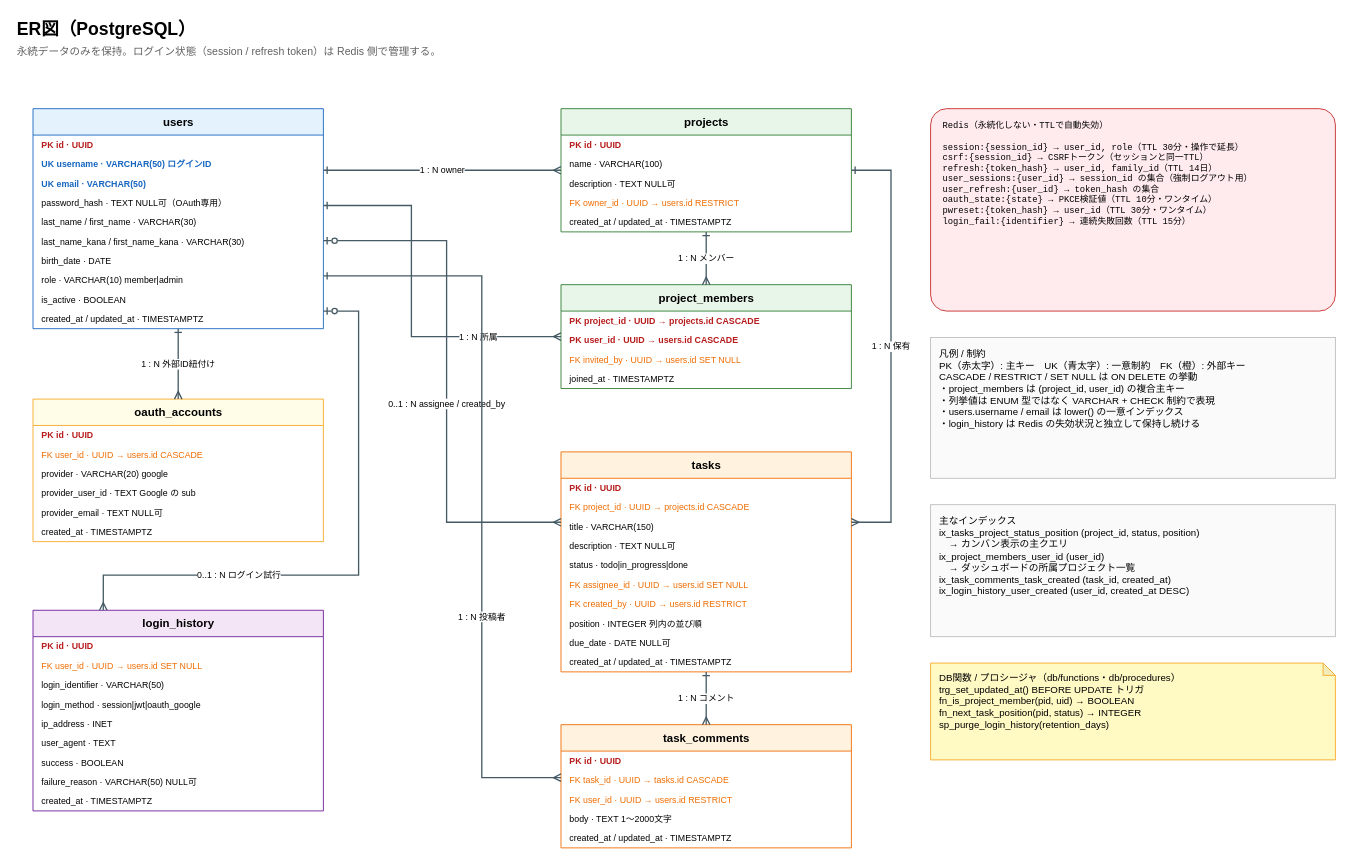
The draw.io diagram basic_design/diagrams/03_er_diagram.drawio in oikawa-d/task_management, before the edit. Source tidied: cells renumbered, new cells numbered last; positions are measured from the earlier drawing's top-left corner, leaving out a move shared by most shapes. Both pictures are drawn from the tidied source at 88%, with x=0, y=0 at pixel (15, 15).
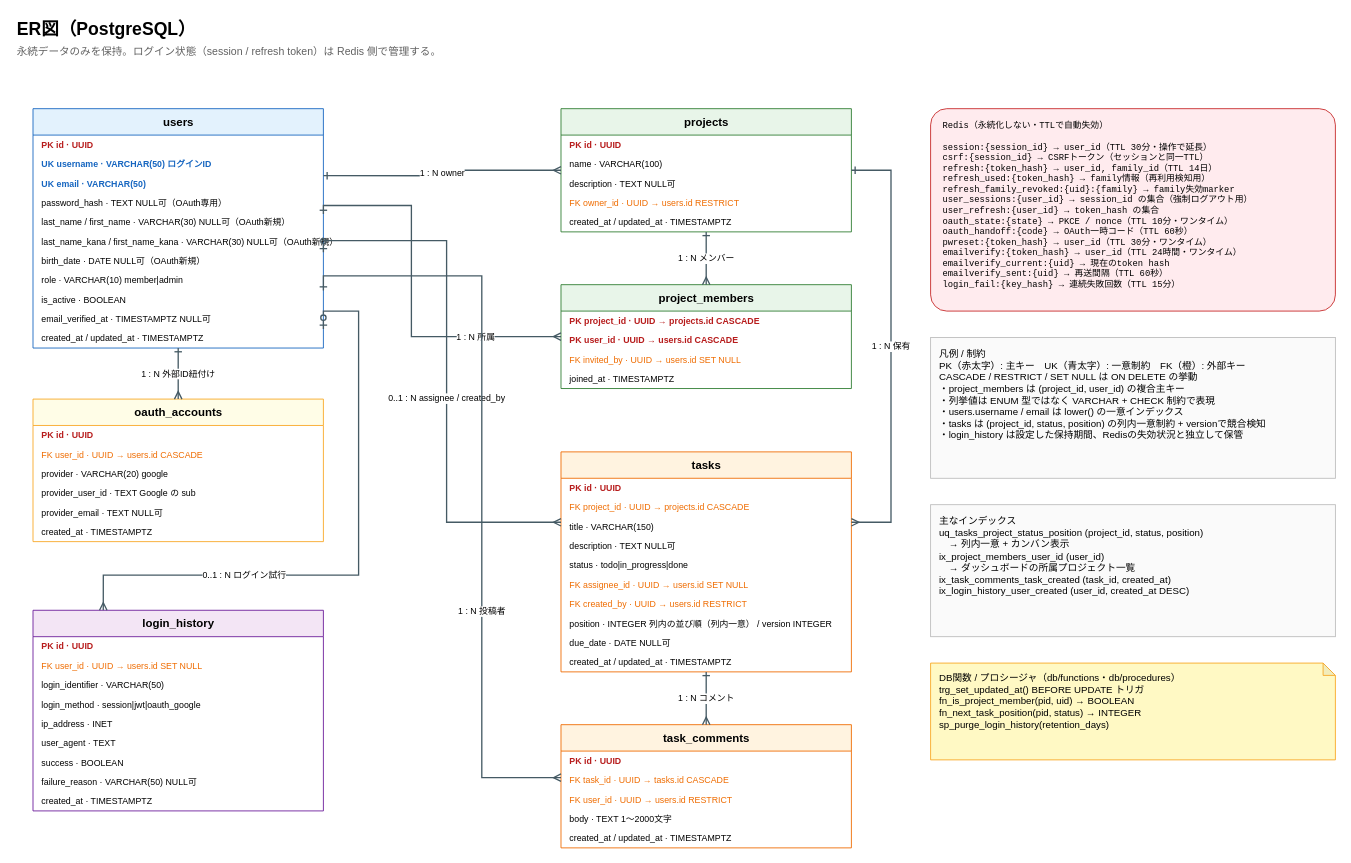
The same diagram, later.

Unchanged cells that the change refers to:
```xml
<mxCell id="43" value="tasks" style="swimlane;html=1;startSize=30;horizontal=1;fillColor=#FFF3E0;strokeColor=#EF6C00;fontStyle=1;fontSize=13;swimlaneFillColor=#FFFFFF;" parent="1" vertex="1">
  <mxGeometry x="620" y="496" width="330" height="250" as="geometry" />
</mxCell>
```

The edit, as a diff of the source:
```diff
@@
     <mxCell id="4" value="users" style="swimlane;html=1;startSize=30;horizontal=1;fillColor=#E3F2FD;strokeColor=#1565C0;fontStyle=1;fontSize=13;swimlaneFillColor=#FFFFFF;" parent="1" vertex="1">
-      <mxGeometry x="20" y="106" width="330" height="250" as="geometry" />
+      <mxGeometry x="20" y="106" width="330" height="272" as="geometry" />
     </mxCell>
@@
-    <mxCell id="9" value="last_name / first_name   ·   VARCHAR(30)" style="text;html=1;strokeColor=none;fillColor=none;align=left;verticalAlign=middle;spacingLeft=8;fontSize=10;" parent="4" vertex="1">
+    <mxCell id="9" value="last_name / first_name   ·   VARCHAR(30)  NULL可（OAuth新規）" style="text;html=1;strokeColor=none;fillColor=none;align=left;verticalAlign=middle;spacingLeft=8;fontSize=10;" parent="4" vertex="1">
       <mxGeometry y="118" width="330" height="22" as="geometry" />
     </mxCell>
-    <mxCell id="10" value="last_name_kana / first_name_kana   ·   VARCHAR(30)" style="text;html=1;strokeColor=none;fillColor=none;align=left;verticalAlign=middle;spacingLeft=8;fontSize=10;" parent="4" vertex="1">
+    <mxCell id="10" value="last_name_kana / first_name_kana   ·   VARCHAR(30)  NULL可（OAuth新規）" style="text;html=1;strokeColor=none;fillColor=none;align=left;verticalAlign=middle;spacingLeft=8;fontSize=10;" parent="4" vertex="1">
       <mxGeometry y="140" width="330" height="22" as="geometry" />
     </mxCell>
-    <mxCell id="11" value="birth_date   ·   DATE" style="text;html=1;strokeColor=none;fillColor=none;align=left;verticalAlign=middle;spacingLeft=8;fontSize=10;" parent="4" vertex="1">
+    <mxCell id="11" value="birth_date   ·   DATE  NULL可（OAuth新規）" style="text;html=1;strokeColor=none;fillColor=none;align=left;verticalAlign=middle;spacingLeft=8;fontSize=10;" parent="4" vertex="1">
       <mxGeometry y="162" width="330" height="22" as="geometry" />
     </mxCell>
@@
-    <mxCell id="14" value="created_at / updated_at   ·   TIMESTAMPTZ" style="text;html=1;strokeColor=none;fillColor=none;align=left;verticalAlign=middle;spacingLeft=8;fontSize=10;" parent="4" vertex="1">
+    <mxCell id="14" value="email_verified_at   ·   TIMESTAMPTZ  NULL可" style="text;html=1;strokeColor=none;fillColor=none;align=left;verticalAlign=middle;spacingLeft=8;fontSize=10;" parent="4" vertex="1">
       <mxGeometry y="228" width="330" height="22" as="geometry" />
     </mxCell>
+    <mxCell id="73" value="created_at / updated_at   ·   TIMESTAMPTZ" style="text;html=1;strokeColor=none;fillColor=none;align=left;verticalAlign=middle;spacingLeft=8;fontSize=10;" parent="4" vertex="1">
+      <mxGeometry y="250" width="330" height="22" as="geometry" />
+    </mxCell>
@@
-    <mxCell id="51" value="position   ·   INTEGER  列内の並び順" style="text;html=1;strokeColor=none;fillColor=none;align=left;verticalAlign=middle;spacingLeft=8;fontSize=10;" parent="43" vertex="1">
+    <mxCell id="51" value="position   ·   INTEGER  列内の並び順（列内一意） / version INTEGER" style="text;html=1;strokeColor=none;fillColor=none;align=left;verticalAlign=middle;spacingLeft=8;fontSize=10;" parent="43" vertex="1">
       <mxGeometry y="184" width="330" height="22" as="geometry" />
     </mxCell>
@@
-    <mxCell id="69" value="Redis（永続化しない・TTLで自動失効）&lt;br&gt;&lt;br&gt;session:{session_id}        → user_id, role（TTL 30分・操作で延長）&lt;br&gt;csrf:{session_id}           → CSRFトークン（セッションと同一TTL）&lt;br&gt;refresh:{token_hash}        → user_id, family_id（TTL 14日）&lt;br&gt;user_sessions:{user_id}     → session_id の集合（強制ログアウト用）&lt;br&gt;user_refresh:{user_id}      → token_hash の集合&lt;br&gt;oauth_state:{state}         → PKCE検証値（TTL 10分・ワンタイム）&lt;br&gt;pwreset:{token_hash}        → user_id（TTL 30分・ワンタイム）&lt;br&gt;login_fail:{identifier}     → 連続失敗回数（TTL 15分）" style="rounded=1;arcSize=8;whiteSpace=wrap;html=1;fillColor=#FFEBEE;strokeColor=#C62828;align=center;verticalAlign=middle;fontFamily=Helvetica;fontSize=12;align=left;verticalAlign=top;spacingLeft=12;spacingTop=8;fontSize=10;fontFamily=Courier New;" parent="1" vertex="1">
+    <mxCell id="69" value="Redis（永続化しない・TTLで自動失効）&lt;br&gt;&lt;br&gt;session:{session_id}        → user_id（TTL 30分・操作で延長）&lt;br&gt;csrf:{session_id}           → CSRFトークン（セッションと同一TTL）&lt;br&gt;refresh:{token_hash}        → user_id, family_id（TTL 14日）&lt;br&gt;refresh_used:{token_hash}  → family情報（再利用検知用）&lt;br&gt;refresh_family_revoked:{uid}:{family} → family失効marker&lt;br&gt;user_sessions:{user_id}     → session_id の集合（強制ログアウト用）&lt;br&gt;user_refresh:{user_id}      → token_hash の集合&lt;br&gt;oauth_state:{state}         → PKCE / nonce（TTL 10分・ワンタイム）&lt;br&gt;oauth_handoff:{code}        → OAuth一時コード（TTL 60秒）&lt;br&gt;pwreset:{token_hash}        → user_id（TTL 30分・ワンタイム）&lt;br&gt;emailverify:{token_hash}    → user_id（TTL 24時間・ワンタイム）&lt;br&gt;emailverify_current:{uid}  → 現在のtoken hash&lt;br&gt;emailverify_sent:{uid}     → 再送間隔（TTL 60秒）&lt;br&gt;login_fail:{key_hash}       → 連続失敗回数（TTL 15分）" style="rounded=1;arcSize=8;whiteSpace=wrap;html=1;fillColor=#FFEBEE;strokeColor=#C62828;align=center;verticalAlign=middle;fontFamily=Helvetica;fontSize=12;align=left;verticalAlign=top;spacingLeft=12;spacingTop=8;fontSize=10;fontFamily=Courier New;" parent="1" vertex="1">
       <mxGeometry x="1040" y="106" width="460" height="230" as="geometry" />
     </mxCell>
-    <mxCell id="70" value="凡例 / 制約&lt;br&gt;PK（赤太字）: 主キー　UK（青太字）: 一意制約　FK（橙）: 外部キー&lt;br&gt;CASCADE / RESTRICT / SET NULL は ON DELETE の挙動&lt;br&gt;・project_members は (project_id, user_id) の複合主キー&lt;br&gt;・列挙値は ENUM 型ではなく VARCHAR + CHECK 制約で表現&lt;br&gt;・users.username / email は lower() の一意インデックス&lt;br&gt;・login_history は Redis の失効状況と独立して保持し続ける" style="rounded=0;whiteSpace=wrap;html=1;fillColor=#FAFAFA;strokeColor=#BDBDBD;align=left;verticalAlign=top;spacingLeft=8;spacingTop=6;fontSize=11;" parent="1" vertex="1">
+    <mxCell id="70" value="凡例 / 制約&lt;br&gt;PK（赤太字）: 主キー　UK（青太字）: 一意制約　FK（橙）: 外部キー&lt;br&gt;CASCADE / RESTRICT / SET NULL は ON DELETE の挙動&lt;br&gt;・project_members は (project_id, user_id) の複合主キー&lt;br&gt;・列挙値は ENUM 型ではなく VARCHAR + CHECK 制約で表現&lt;br&gt;・users.username / email は lower() の一意インデックス&lt;br&gt;・tasks は (project_id, status, position) の列内一意制約 + versionで競合検知&lt;br&gt;・login_history は設定した保持期間、Redisの失効状況と独立して保管" style="rounded=0;whiteSpace=wrap;html=1;fillColor=#FAFAFA;strokeColor=#BDBDBD;align=left;verticalAlign=top;spacingLeft=8;spacingTop=6;fontSize=11;" parent="1" vertex="1">
       <mxGeometry x="1040" y="366" width="460" height="160" as="geometry" />
     </mxCell>
-    <mxCell id="71" value="主なインデックス&lt;br&gt;ix_tasks_project_status_position (project_id, status, position)&lt;br&gt;　→ カンバン表示の主クエリ&lt;br&gt;ix_project_members_user_id (user_id)&lt;br&gt;　→ ダッシュボードの所属プロジェクト一覧&lt;br&gt;ix_task_comments_task_created (task_id, created_at)&lt;br&gt;ix_login_history_user_created (user_id, created_at DESC)" style="rounded=0;whiteSpace=wrap;html=1;fillColor=#FAFAFA;strokeColor=#BDBDBD;align=left;verticalAlign=top;spacingLeft=8;spacingTop=6;fontSize=11;" parent="1" vertex="1">
+    <mxCell id="71" value="主なインデックス&lt;br&gt;uq_tasks_project_status_position (project_id, status, position)&lt;br&gt;　→ 列内一意 + カンバン表示&lt;br&gt;ix_project_members_user_id (user_id)&lt;br&gt;　→ ダッシュボードの所属プロジェクト一覧&lt;br&gt;ix_task_comments_task_created (task_id, created_at)&lt;br&gt;ix_login_history_user_created (user_id, created_at DESC)" style="rounded=0;whiteSpace=wrap;html=1;fillColor=#FAFAFA;strokeColor=#BDBDBD;align=left;verticalAlign=top;spacingLeft=8;spacingTop=6;fontSize=11;" parent="1" vertex="1">
       <mxGeometry x="1040" y="556" width="460" height="150" as="geometry" />
     </mxCell>
```
